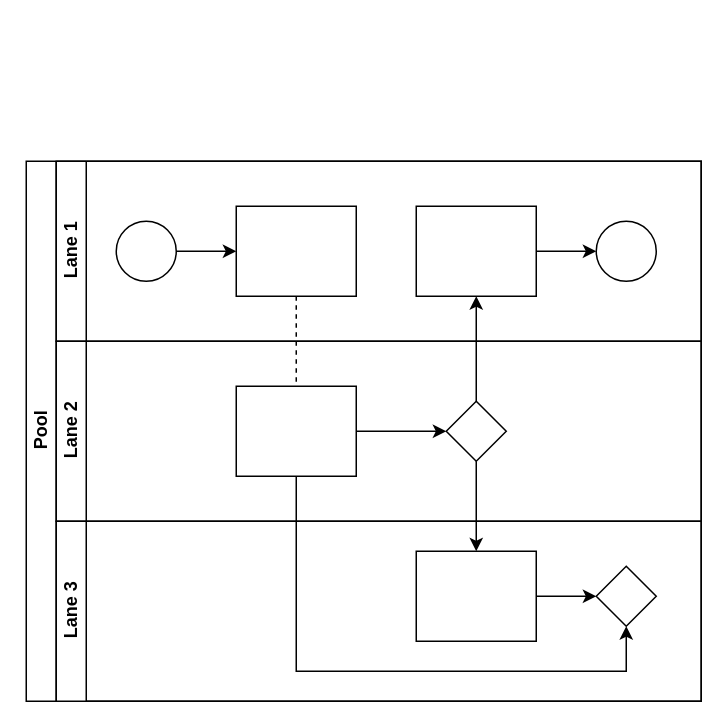
The draw.io diagram Untitled Diagram.drawio in xqy2006/MyAIDemo, before the edit. Source tidied: cells renumbered, new cells numbered last; positions are measured from the earlier drawing's top-left corner, leaving out a move shared by most shapes. Both pictures are drawn from the tidied source at 150%, with x=0, y=0 at pixel (26, 160).
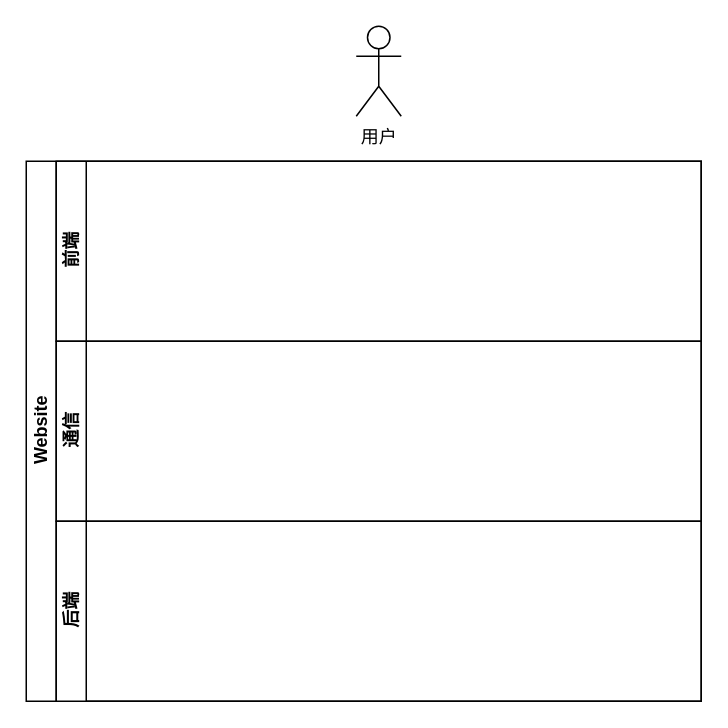
Above is the later version.

Change to the diagram source:
```diff
@@
-    <mxCell id="2" value="Pool" style="swimlane;html=1;horizontal=0;startSize=20;" parent="1" vertex="1">
+    <mxCell id="2" value="Website" style="swimlane;html=1;horizontal=0;startSize=20;" parent="1" vertex="1">
       <mxGeometry width="450" height="360" as="geometry" />
     </mxCell>
-    <mxCell id="3" style="edgeStyle=orthogonalEdgeStyle;rounded=0;jettySize=auto;html=1;dashed=1;endArrow=none;endFill=0;" parent="2" edge="1" source="10" target="16">
-      <mxGeometry relative="1" as="geometry" />
-    </mxCell>
-    <mxCell id="4" style="edgeStyle=orthogonalEdgeStyle;rounded=0;jettySize=auto;html=1;endArrow=classic;endFill=1;" parent="2" edge="1" source="17" target="12">
-      <mxGeometry relative="1" as="geometry" />
-    </mxCell>
-    <mxCell id="5" style="edgeStyle=orthogonalEdgeStyle;rounded=0;jettySize=auto;html=1;endArrow=classic;endFill=1;" parent="2" edge="1" source="17" target="20">
-      <mxGeometry relative="1" as="geometry" />
-    </mxCell>
-    <mxCell id="6" style="edgeStyle=orthogonalEdgeStyle;rounded=0;jettySize=auto;html=1;endArrow=classic;endFill=1;" parent="2" edge="1" source="16" target="21">
-      <mxGeometry relative="1" as="geometry">
-        <Array as="points">
-          <mxPoint x="180" y="340" />
-          <mxPoint x="400" y="340" />
-        </Array>
-      </mxGeometry>
-    </mxCell>
-    <mxCell id="7" value="Lane 1" style="swimlane;html=1;startSize=20;horizontal=0;" parent="2" vertex="1">
+    <mxCell id="7" value="前端" style="swimlane;html=1;startSize=20;horizontal=0;" parent="2" vertex="1">
       <mxGeometry x="20" width="430" height="120" as="geometry" />
     </mxCell>
-    <mxCell id="8" style="edgeStyle=orthogonalEdgeStyle;rounded=0;jettySize=auto;html=1;" parent="7" edge="1" source="9" target="10">
-      <mxGeometry relative="1" as="geometry" />
-    </mxCell>
-    <mxCell id="9" style="ellipse;whiteSpace=wrap;html=1;" parent="7" vertex="1">
-      <mxGeometry x="40" y="40" width="40" height="40" as="geometry" />
-    </mxCell>
-    <mxCell id="10" style="rounded=0;whiteSpace=wrap;html=1;fontFamily=Helvetica;fontSize=12;fontColor=#000000;align=center;" parent="7" vertex="1">
-      <mxGeometry x="120" y="30" width="80" height="60" as="geometry" />
-    </mxCell>
-    <mxCell id="11" style="edgeStyle=orthogonalEdgeStyle;rounded=0;jettySize=auto;html=1;endArrow=classic;endFill=1;" parent="7" edge="1" source="12" target="13">
-      <mxGeometry relative="1" as="geometry" />
-    </mxCell>
-    <mxCell id="12" style="rounded=0;whiteSpace=wrap;html=1;fontFamily=Helvetica;fontSize=12;fontColor=#000000;align=center;" parent="7" vertex="1">
-      <mxGeometry x="240" y="30" width="80" height="60" as="geometry" />
-    </mxCell>
-    <mxCell id="13" style="ellipse;whiteSpace=wrap;html=1;" parent="7" vertex="1">
-      <mxGeometry x="360" y="40" width="40" height="40" as="geometry" />
-    </mxCell>
-    <mxCell id="14" value="Lane 2" style="swimlane;html=1;startSize=20;horizontal=0;" parent="2" vertex="1">
+    <mxCell id="14" value="通信" style="swimlane;html=1;startSize=20;horizontal=0;" parent="2" vertex="1">
       <mxGeometry x="20" y="120" width="430" height="120" as="geometry" />
     </mxCell>
-    <mxCell id="15" style="edgeStyle=orthogonalEdgeStyle;rounded=0;jettySize=auto;html=1;endArrow=classic;endFill=1;" parent="14" edge="1" source="16" target="17">
-      <mxGeometry relative="1" as="geometry" />
-    </mxCell>
-    <mxCell id="16" style="rounded=0;whiteSpace=wrap;html=1;fontFamily=Helvetica;fontSize=12;fontColor=#000000;align=center;" parent="14" vertex="1">
-      <mxGeometry x="120" y="30" width="80" height="60" as="geometry" />
-    </mxCell>
-    <mxCell id="17" style="rhombus;whiteSpace=wrap;html=1;fontFamily=Helvetica;fontSize=12;fontColor=#000000;align=center;" parent="14" vertex="1">
-      <mxGeometry x="260" y="40" width="40" height="40" as="geometry" />
-    </mxCell>
-    <mxCell id="18" value="Lane 3" style="swimlane;html=1;startSize=20;horizontal=0;" parent="2" vertex="1">
+    <mxCell id="18" value="后端" style="swimlane;html=1;startSize=20;horizontal=0;" parent="2" vertex="1">
       <mxGeometry x="20" y="240" width="430" height="120" as="geometry" />
     </mxCell>
-    <mxCell id="19" style="edgeStyle=orthogonalEdgeStyle;rounded=0;jettySize=auto;html=1;endArrow=classic;endFill=1;" parent="18" edge="1" source="20" target="21">
-      <mxGeometry relative="1" as="geometry" />
-    </mxCell>
-    <mxCell id="20" style="rounded=0;whiteSpace=wrap;html=1;fontFamily=Helvetica;fontSize=12;fontColor=#000000;align=center;" parent="18" vertex="1">
-      <mxGeometry x="240" y="20" width="80" height="60" as="geometry" />
-    </mxCell>
-    <mxCell id="21" style="rhombus;whiteSpace=wrap;html=1;fontFamily=Helvetica;fontSize=12;fontColor=#000000;align=center;" parent="18" vertex="1">
-      <mxGeometry x="360" y="30" width="40" height="40" as="geometry" />
-    </mxCell>
+    <mxCell id="22" value="用户" style="shape=umlActor;verticalLabelPosition=bottom;verticalAlign=top;html=1;" parent="1" vertex="1">
+      <mxGeometry x="220" y="-90" width="30" height="60" as="geometry" />
+    </mxCell>
```
